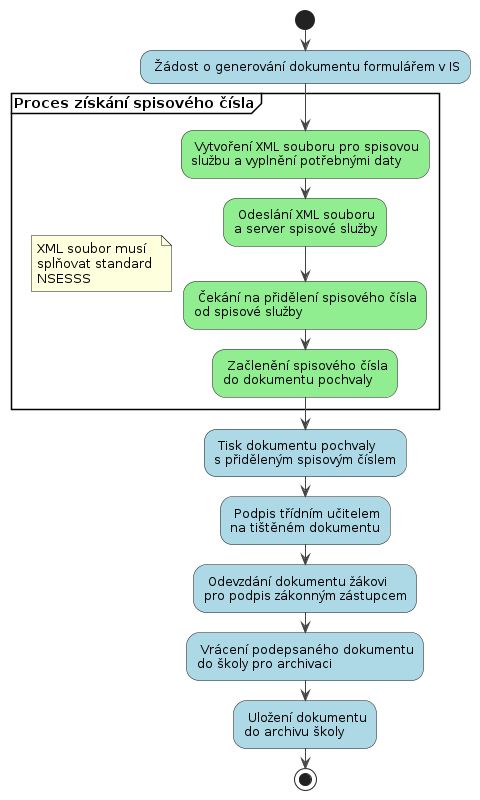
Above: images/ac-nsesss-pochvala.png in DanielADK/tul-bp (PlantUML), before the change. Its diagram source:
```plantuml
@startuml
skinparam ParticipantBackgroundColor #AAF
skinparam ParticipantBorderColor #AAF
skinparam ActorBackgroundColor #AAF
skinparam ActorBorderColor #AAF
skinparam ArrowColor #444
!$HUMAN = "#ADD8E6"
!$SOFTWARE = "#90EE90"

start
$HUMAN: Žádost o generování dokumentu formulářem v IS;
partition "**Proces získání spisového čísla**" {
  note
  XML soubor musí
  splňovat standard
  NSESSS
  end note

  $SOFTWARE: Vytvoření XML souboru pro spisovou\nslužbu a vyplnění potřebnými daty;
  $SOFTWARE: Odeslání XML souboru\na server spisové služby;
  $SOFTWARE: Čekání na přidělení spisového čísla\nod spisové služby;
  $SOFTWARE: Začlenění spisového čísla\ndo dokumentu pochvaly;
}
$HUMAN: Tisk dokumentu pochvaly\ns přiděleným spisovým číslem;
$HUMAN: Podpis třídním učitelem\nna tištěném dokumentu;
$HUMAN: Odevzdání dokumentu žákovi\npro podpis zákonným zástupcem;
$HUMAN: Vrácení podepsaného dokumentu\ndo školy pro archivaci;
$HUMAN: Uložení dokumentu\ndo archivu školy;
stop
@enduml
```
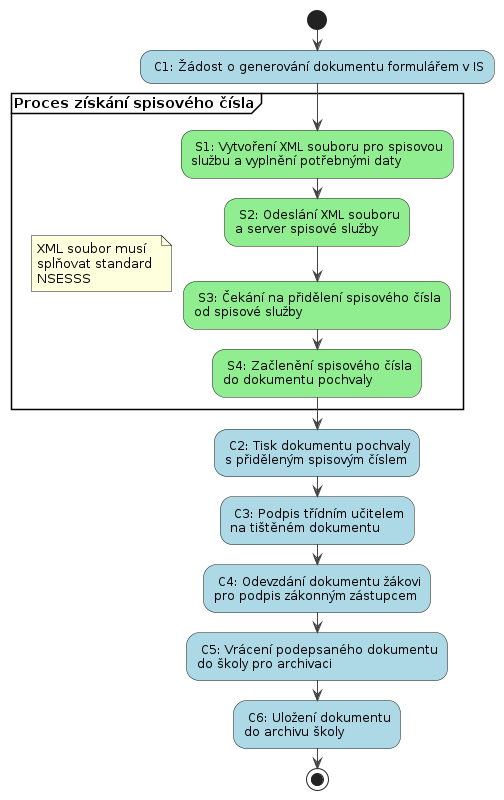
The same file after the commit.

What changed in the source:
```diff
@@ -8,7 +8,7 @@
 !$SOFTWARE = "#90EE90"
 
 start
-$HUMAN: Žádost o generování dokumentu formulářem v IS;
+$HUMAN: C1: Žádost o generování dokumentu formulářem v IS;
 partition "**Proces získání spisového čísla**" {
   note
   XML soubor musí
@@ -16,15 +16,15 @@
   NSESSS
   end note
 
-  $SOFTWARE: Vytvoření XML souboru pro spisovou\nslužbu a vyplnění potřebnými daty;
-  $SOFTWARE: Odeslání XML souboru\na server spisové služby;
-  $SOFTWARE: Čekání na přidělení spisového čísla\nod spisové služby;
-  $SOFTWARE: Začlenění spisového čísla\ndo dokumentu pochvaly;
+  $SOFTWARE: S1: Vytvoření XML souboru pro spisovou\nslužbu a vyplnění potřebnými daty;
+  $SOFTWARE: S2: Odeslání XML souboru\na server spisové služby;
+  $SOFTWARE: S3: Čekání na přidělení spisového čísla\nod spisové služby;
+  $SOFTWARE: S4: Začlenění spisového čísla\ndo dokumentu pochvaly;
 }
-$HUMAN: Tisk dokumentu pochvaly\ns přiděleným spisovým číslem;
-$HUMAN: Podpis třídním učitelem\nna tištěném dokumentu;
-$HUMAN: Odevzdání dokumentu žákovi\npro podpis zákonným zástupcem;
-$HUMAN: Vrácení podepsaného dokumentu\ndo školy pro archivaci;
-$HUMAN: Uložení dokumentu\ndo archivu školy;
+$HUMAN: C2: Tisk dokumentu pochvaly\ns přiděleným spisovým číslem;
+$HUMAN: C3: Podpis třídním učitelem\nna tištěném dokumentu;
+$HUMAN: C4: Odevzdání dokumentu žákovi\npro podpis zákonným zástupcem;
+$HUMAN: C5: Vrácení podepsaného dokumentu\ndo školy pro archivaci;
+$HUMAN: C6: Uložení dokumentu\ndo archivu školy;
 stop
 @enduml
```
